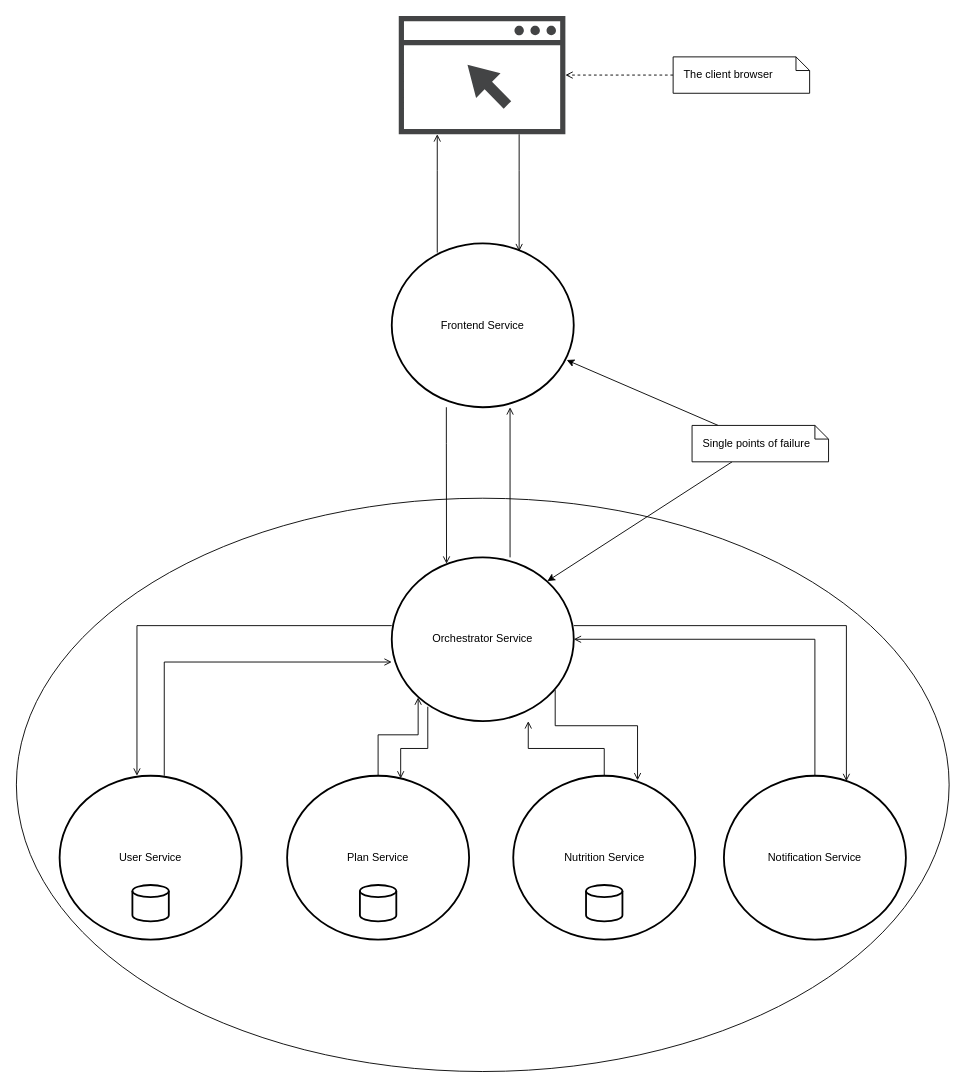
This is page "service-diagram" (3 of 7) of documentation/keep-fit-diagrams.drawio from sgabriel190/keep-fit, a draw.io file, before an edit. Source tidied: cells renumbered, new cells numbered last; positions are measured from the earlier drawing's top-left corner, leaving out a move shared by most shapes. Both pictures are drawn from the tidied source at 91%, with x=0, y=0 at pixel (16, 15). Pictures stored in the file or linked from it are replaced by grey dashed boxes.
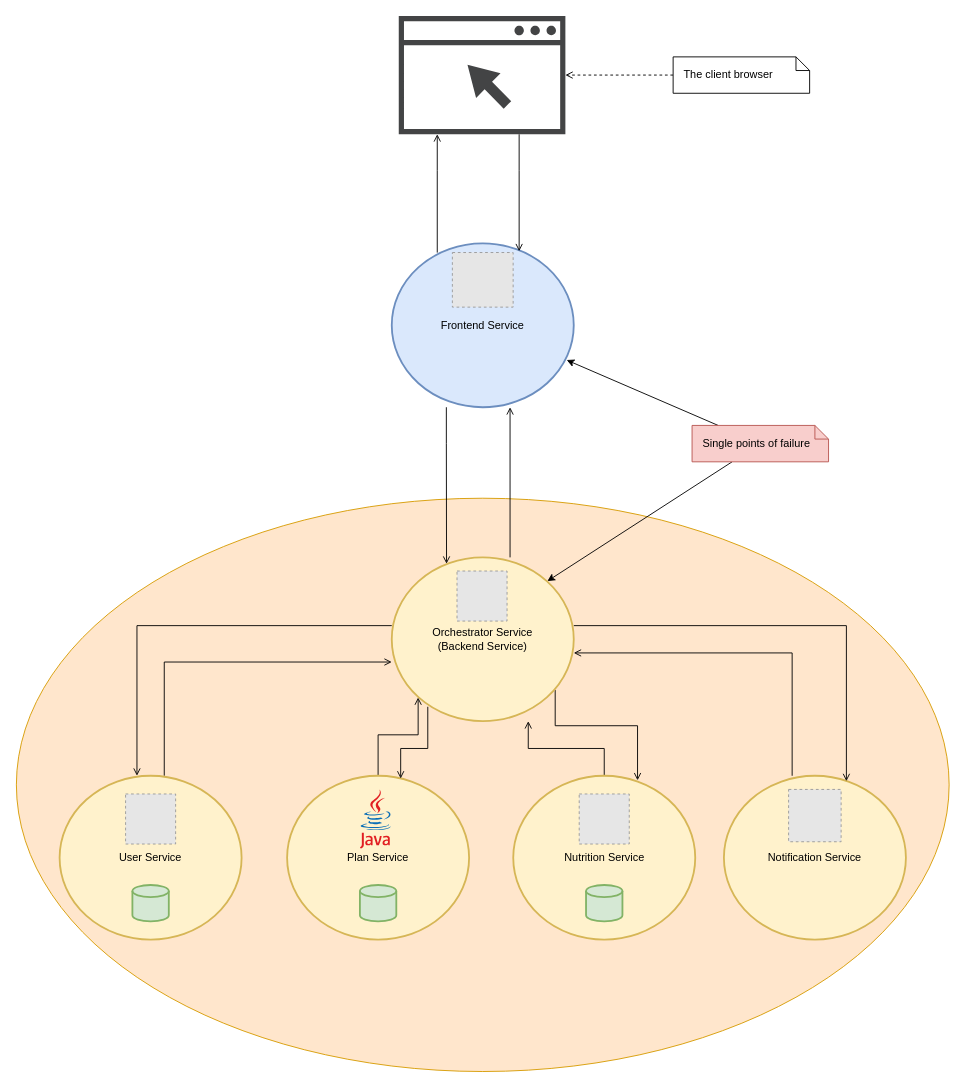
Above is the later version.

Diff of the diagram source:
```diff
@@
-    <mxCell id="2" style="ellipse;whiteSpace=wrap;html=1;fillColor=none;" parent="1" vertex="1">
+    <mxCell id="2" style="ellipse;whiteSpace=wrap;html=1;fillColor=#ffe6cc;strokeColor=#d79b00;" parent="1" vertex="1">
       <mxGeometry x="-0.5" y="530" width="1025" height="630" as="geometry" />
     </mxCell>
@@
-    <mxCell id="5" value="Frontend Service" style="strokeWidth=2;html=1;shape=mxgraph.flowchart.start_2;whiteSpace=wrap;" parent="1" vertex="1">
+    <mxCell id="5" value="Frontend Service" style="strokeWidth=2;html=1;shape=mxgraph.flowchart.start_2;whiteSpace=wrap;fillColor=#dae8fc;strokeColor=#6c8ebf;" parent="1" vertex="1">
       <mxGeometry x="412" y="250" width="200" height="180" as="geometry" />
     </mxCell>
@@
-    <mxCell id="7" value="Nutrition Service" style="strokeWidth=2;html=1;shape=mxgraph.flowchart.start_2;whiteSpace=wrap;fillColor=none;" parent="1" vertex="1">
+    <mxCell id="7" value="Nutrition Service" style="strokeWidth=2;html=1;shape=mxgraph.flowchart.start_2;whiteSpace=wrap;fillColor=#fff2cc;strokeColor=#d6b656;" parent="1" vertex="1">
       <mxGeometry x="545.5" y="835" width="200" height="180" as="geometry" />
     </mxCell>
@@
-    <mxCell id="9" value="User Service" style="strokeWidth=2;html=1;shape=mxgraph.flowchart.start_2;whiteSpace=wrap;fillColor=none;" parent="1" vertex="1">
+    <mxCell id="9" value="User Service" style="strokeWidth=2;html=1;shape=mxgraph.flowchart.start_2;whiteSpace=wrap;fillColor=#fff2cc;strokeColor=#d6b656;" parent="1" vertex="1">
       <mxGeometry x="47" y="835" width="200" height="180" as="geometry" />
     </mxCell>
@@
-    <mxCell id="11" value="Plan Service" style="strokeWidth=2;html=1;shape=mxgraph.flowchart.start_2;whiteSpace=wrap;fillColor=none;" parent="1" vertex="1">
+    <mxCell id="11" value="Plan Service" style="strokeWidth=2;html=1;shape=mxgraph.flowchart.start_2;whiteSpace=wrap;fillColor=#fff2cc;strokeColor=#d6b656;" parent="1" vertex="1">
       <mxGeometry x="297" y="835" width="200" height="180" as="geometry" />
     </mxCell>
-    <mxCell id="12" style="edgeStyle=orthogonalEdgeStyle;rounded=0;jettySize=auto;html=1;entryX=1;entryY=0.5;entryDx=0;entryDy=0;entryPerimeter=0;endArrow=open;endFill=0;" parent="1" edge="1" source="13" target="29">
+    <mxCell id="12" style="edgeStyle=orthogonalEdgeStyle;rounded=0;jettySize=auto;html=1;endArrow=open;endFill=0;" parent="1" edge="1" source="13" target="29">
       <mxGeometry relative="1" as="geometry">
         <Array as="points">
-          <mxPoint x="877" y="685" />
+          <mxPoint x="852" y="700" />
         </Array>
       </mxGeometry>
     </mxCell>
-    <mxCell id="13" value="Notification Service" style="strokeWidth=2;html=1;shape=mxgraph.flowchart.start_2;whiteSpace=wrap;fillColor=none;" parent="1" vertex="1">
+    <mxCell id="13" value="Notification Service" style="strokeWidth=2;html=1;shape=mxgraph.flowchart.start_2;whiteSpace=wrap;fillColor=#fff2cc;strokeColor=#d6b656;" parent="1" vertex="1">
       <mxGeometry x="777" y="835" width="200" height="180" as="geometry" />
     </mxCell>
@@
-    <mxCell id="16" style="strokeWidth=2;html=1;shape=mxgraph.flowchart.database;whiteSpace=wrap;fillColor=none;" parent="1" vertex="1">
+    <mxCell id="16" style="strokeWidth=2;html=1;shape=mxgraph.flowchart.database;whiteSpace=wrap;fillColor=#d5e8d4;strokeColor=#82b366;" parent="1" vertex="1">
       <mxGeometry x="127" y="955" width="40" height="40" as="geometry" />
     </mxCell>
-    <mxCell id="17" style="strokeWidth=2;html=1;shape=mxgraph.flowchart.database;whiteSpace=wrap;fillColor=none;" parent="1" vertex="1">
+    <mxCell id="17" style="strokeWidth=2;html=1;shape=mxgraph.flowchart.database;whiteSpace=wrap;fillColor=#d5e8d4;strokeColor=#82b366;" parent="1" vertex="1">
       <mxGeometry x="377" y="955" width="40" height="40" as="geometry" />
     </mxCell>
-    <mxCell id="18" style="strokeWidth=2;html=1;shape=mxgraph.flowchart.database;whiteSpace=wrap;fillColor=none;" parent="1" vertex="1">
+    <mxCell id="18" style="strokeWidth=2;html=1;shape=mxgraph.flowchart.database;whiteSpace=wrap;fillColor=#d5e8d4;strokeColor=#82b366;" parent="1" vertex="1">
       <mxGeometry x="625.5" y="955" width="40" height="40" as="geometry" />
     </mxCell>
@@
-    <mxCell id="21" value="Single points of failure" style="shape=note;size=15;align=left;spacingLeft=10;html=1;whiteSpace=wrap;fillColor=#ffffff;" parent="1" vertex="1">
+    <mxCell id="21" value="Single points of failure" style="shape=note;size=15;align=left;spacingLeft=10;html=1;whiteSpace=wrap;fillColor=#f8cecc;strokeColor=#b85450;" parent="1" vertex="1">
       <mxGeometry x="742" y="450" width="150" height="40" as="geometry" />
     </mxCell>
@@
-    <mxCell id="29" value="Orchestrator Service" style="strokeWidth=2;html=1;shape=mxgraph.flowchart.start_2;whiteSpace=wrap;fillColor=none;" parent="1" vertex="1">
+    <mxCell id="29" value="Orchestrator Service&lt;br&gt;(Backend Service)" style="strokeWidth=2;html=1;shape=mxgraph.flowchart.start_2;whiteSpace=wrap;fillColor=#fff2cc;strokeColor=#d6b656;" parent="1" vertex="1">
       <mxGeometry x="412" y="595" width="200" height="180" as="geometry" />
     </mxCell>
+    <mxCell id="30" style="dashed=0;html=1;align=center;labelPosition=center;verticalLabelPosition=bottom;verticalAlign=top;shape=mxgraph.weblogos.java;" parent="1" vertex="1">
+      <mxGeometry x="377" y="850" width="34.4" height="65" as="geometry" />
+    </mxCell>
+    <mxCell id="31" style="fillColor=#E6E6E6;strokeColor=#999999;dashed=1;verticalLabelPosition=bottom;labelBackgroundColor=#ffffff;verticalAlign=top;" parent="1" vertex="1">
+      <mxGeometry x="119.5" y="855" width="55" height="55" as="geometry" />
+    </mxCell>
+    <mxCell id="32" style="fillColor=#E6E6E6;strokeColor=#999999;dashed=1;verticalLabelPosition=bottom;labelBackgroundColor=#ffffff;verticalAlign=top;" parent="1" vertex="1">
+      <mxGeometry x="618" y="855" width="55" height="55" as="geometry" />
+    </mxCell>
+    <mxCell id="33" style="fillColor=#E6E6E6;strokeColor=#999999;dashed=1;verticalLabelPosition=bottom;labelBackgroundColor=#ffffff;verticalAlign=top;" parent="1" vertex="1">
+      <mxGeometry x="483.7" y="610" width="55" height="55" as="geometry" />
+    </mxCell>
+    <mxCell id="34" style="fillColor=#E6E6E6;strokeColor=#999999;dashed=1;verticalLabelPosition=bottom;labelBackgroundColor=#ffffff;verticalAlign=top;" parent="1" vertex="1">
+      <mxGeometry x="848.1" y="850" width="57.7" height="57.5" as="geometry" />
+    </mxCell>
+    <mxCell id="35" style="fillColor=#E6E6E6;strokeColor=#999999;dashed=1;verticalLabelPosition=bottom;labelBackgroundColor=#ffffff;verticalAlign=top;" parent="1" vertex="1">
+      <mxGeometry x="478.6" y="260" width="66.8" height="60" as="geometry" />
+    </mxCell>
```
